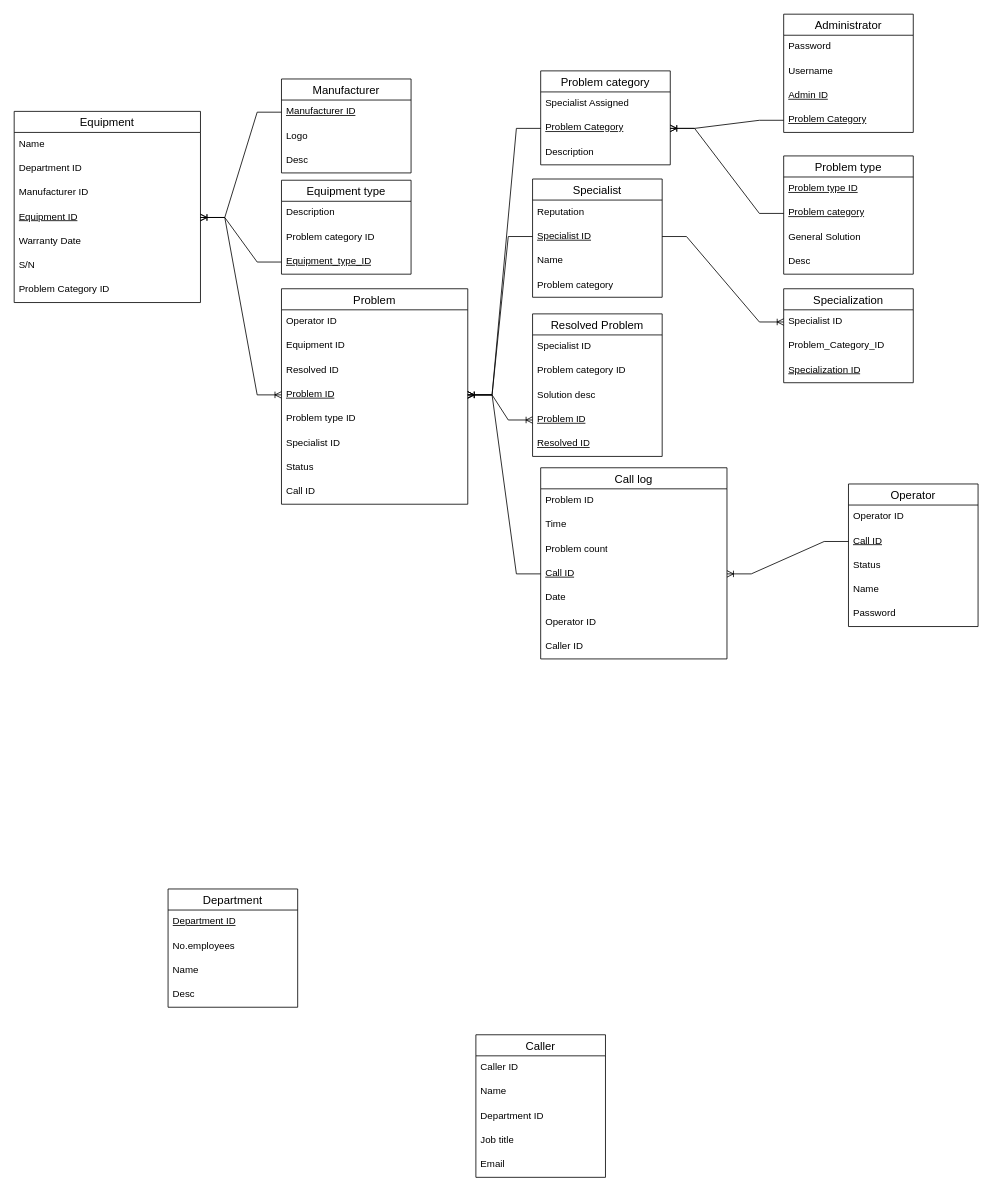
Earlier version of the draw.io diagram Diagrama sem nome.drawio (VascoRuas/diagramas). Source tidied: cells renumbered, new cells numbered last; positions are measured from the earlier drawing's top-left corner, leaving out a move shared by most shapes. Both pictures are drawn from the tidied source at 81%, with x=0, y=0 at pixel (14, 14).
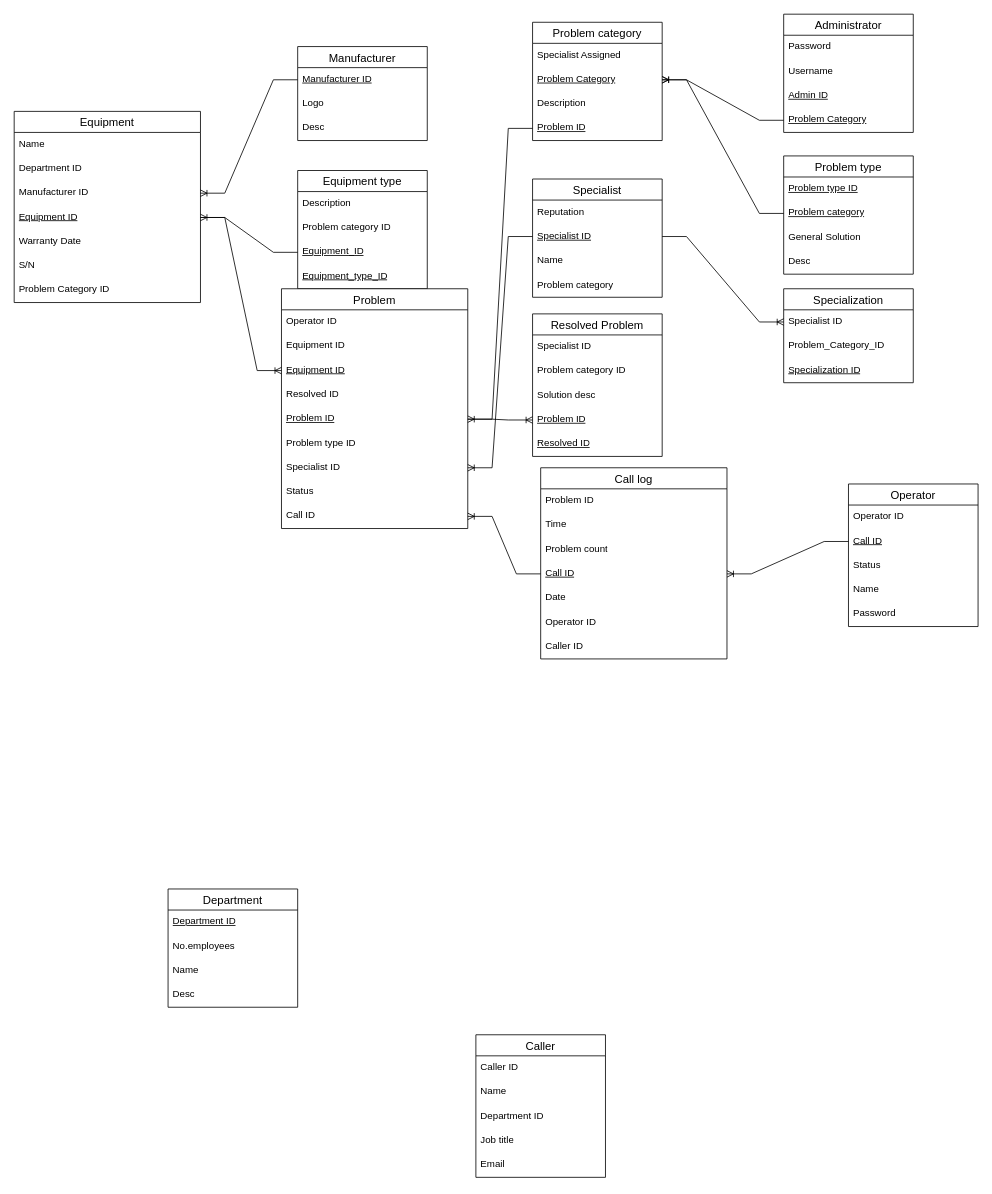
The same page after the edit.

The change refers to these unchanged cells:
```xml
<mxCell id="16" value="Manufacturer ID" style="text;strokeColor=none;fillColor=none;spacingLeft=4;spacingRight=4;overflow=hidden;points=[[0,0.5],[1,0.5]];portConstraint=eastwest;fontSize=12;whiteSpace=wrap;html=1;" parent="13" vertex="1">
  <mxGeometry y="86" width="230" height="30" as="geometry" />
</mxCell>
<mxCell id="17" value="Equipment ID" style="text;strokeColor=none;fillColor=none;spacingLeft=4;spacingRight=4;overflow=hidden;points=[[0,0.5],[1,0.5]];portConstraint=eastwest;fontSize=12;whiteSpace=wrap;html=1;fontStyle=4;" parent="13" vertex="1">
  <mxGeometry y="116" width="230" height="30" as="geometry" />
</mxCell>
<mxCell id="26" value="Manufacturer ID" style="text;strokeColor=none;fillColor=none;spacingLeft=4;spacingRight=4;overflow=hidden;points=[[0,0.5],[1,0.5]];portConstraint=eastwest;fontSize=12;whiteSpace=wrap;html=1;fontStyle=4;" parent="25" vertex="1">
  <mxGeometry y="26" width="160" height="30" as="geometry" />
</mxCell>
<mxCell id="31" value="Problem Category" style="text;strokeColor=none;fillColor=none;spacingLeft=4;spacingRight=4;overflow=hidden;points=[[0,0.5],[1,0.5]];portConstraint=eastwest;fontSize=12;whiteSpace=wrap;html=1;fontStyle=4;" parent="29" vertex="1">
  <mxGeometry y="56" width="160" height="30" as="geometry" />
</mxCell>
<mxCell id="41" value="Call ID" style="text;strokeColor=none;fillColor=none;spacingLeft=4;spacingRight=4;overflow=hidden;points=[[0,0.5],[1,0.5]];portConstraint=eastwest;fontSize=12;whiteSpace=wrap;html=1;fontStyle=4;" parent="37" vertex="1">
  <mxGeometry y="116" width="230" height="30" as="geometry" />
</mxCell>
<mxCell id="73" value="Specialist ID" style="text;strokeColor=none;fillColor=none;spacingLeft=4;spacingRight=4;overflow=hidden;points=[[0,0.5],[1,0.5]];portConstraint=eastwest;fontSize=12;whiteSpace=wrap;html=1;fontStyle=4;" parent="71" vertex="1">
  <mxGeometry y="56" width="160" height="30" as="geometry" />
</mxCell>
```

The edit, as a diff of the source:
```diff
@@
     <mxCell id="21" value="Equipment type" style="swimlane;fontStyle=0;horizontal=1;startSize=26;align=center;fontSize=14;" parent="1" vertex="1">
-      <mxGeometry x="330" y="205" width="160" height="116" as="geometry" />
+      <mxGeometry x="350" y="193" width="160" height="146" as="geometry" />
     </mxCell>
@@
+    <mxCell id="92" value="Equipment&lt;span style=&quot;background-color: initial;&quot;&gt;_ID&lt;/span&gt;" style="text;strokeColor=none;fillColor=none;spacingLeft=4;spacingRight=4;overflow=hidden;points=[[0,0.5],[1,0.5]];portConstraint=eastwest;fontSize=12;whiteSpace=wrap;html=1;fontStyle=4;" parent="21" vertex="1">
+      <mxGeometry y="86" width="160" height="30" as="geometry" />
+    </mxCell>
     <mxCell id="24" value="Equipment_type_ID" style="text;strokeColor=none;fillColor=none;spacingLeft=4;spacingRight=4;overflow=hidden;points=[[0,0.5],[1,0.5]];portConstraint=eastwest;fontSize=12;whiteSpace=wrap;html=1;fontStyle=4;" parent="21" vertex="1">
-      <mxGeometry y="86" width="160" height="30" as="geometry" />
+      <mxGeometry y="116" width="160" height="30" as="geometry" />
     </mxCell>
     <mxCell id="25" value="Manufacturer" style="swimlane;fontStyle=0;horizontal=1;startSize=26;align=center;fontSize=14;" parent="1" vertex="1">
-      <mxGeometry x="330" y="80" width="160" height="116" as="geometry" />
+      <mxGeometry x="350" y="40" width="160" height="116" as="geometry" />
     </mxCell>
@@
     <mxCell id="29" value="Problem category" style="swimlane;fontStyle=0;horizontal=1;startSize=26;align=center;fontSize=14;" parent="1" vertex="1">
-      <mxGeometry x="650" y="70" width="160" height="116" as="geometry" />
+      <mxGeometry x="640" y="10" width="160" height="146" as="geometry" />
     </mxCell>
@@
+    <mxCell id="93" value="Description" style="text;strokeColor=none;fillColor=none;spacingLeft=4;spacingRight=4;overflow=hidden;fontSize=12;whiteSpace=wrap;html=1;" parent="29" vertex="1">
+      <mxGeometry y="86" width="160" height="30" as="geometry" />
+    </mxCell>
-    <mxCell id="32" value="Description" style="text;strokeColor=none;fillColor=none;spacingLeft=4;spacingRight=4;overflow=hidden;points=[[0,0.5],[1,0.5]];portConstraint=eastwest;fontSize=12;whiteSpace=wrap;html=1;" parent="29" vertex="1">
-      <mxGeometry y="86" width="160" height="30" as="geometry" />
+    <mxCell id="32" value="Problem ID" style="text;strokeColor=none;fillColor=none;spacingLeft=4;spacingRight=4;overflow=hidden;points=[[0,0.5],[1,0.5]];portConstraint=eastwest;fontSize=12;whiteSpace=wrap;html=1;fontStyle=4;" parent="29" vertex="1">
+      <mxGeometry y="116" width="160" height="30" as="geometry" />
     </mxCell>
@@
     <mxCell id="62" value="Problem" style="swimlane;fontStyle=0;horizontal=1;startSize=26;align=center;fontSize=14;" parent="1" vertex="1">
-      <mxGeometry x="330" y="339" width="230" height="266" as="geometry" />
+      <mxGeometry x="330" y="339" width="230" height="296" as="geometry" />
     </mxCell>
@@
+    <mxCell id="94" value="Equipment ID" style="text;strokeColor=none;fillColor=none;spacingLeft=4;spacingRight=4;overflow=hidden;points=[[0,0.5],[1,0.5]];portConstraint=eastwest;fontSize=12;whiteSpace=wrap;html=1;fontStyle=4;" parent="62" vertex="1">
+      <mxGeometry y="86" width="230" height="30" as="geometry" />
+    </mxCell>
     <mxCell id="65" value="Resolved ID" style="text;strokeColor=none;fillColor=none;spacingLeft=4;spacingRight=4;overflow=hidden;fontSize=12;whiteSpace=wrap;html=1;" parent="62" vertex="1">
-      <mxGeometry y="86" width="230" height="30" as="geometry" />
+      <mxGeometry y="116" width="230" height="30" as="geometry" />
     </mxCell>
     <mxCell id="66" value="Problem ID" style="text;strokeColor=none;fillColor=none;spacingLeft=4;spacingRight=4;overflow=hidden;points=[[0,0.5],[1,0.5]];portConstraint=eastwest;fontSize=12;whiteSpace=wrap;html=1;fontStyle=4;" parent="62" vertex="1">
-      <mxGeometry y="116" width="230" height="30" as="geometry" />
+      <mxGeometry y="146" width="230" height="30" as="geometry" />
     </mxCell>
     <mxCell id="67" value="Problem type ID" style="text;strokeColor=none;fillColor=none;spacingLeft=4;spacingRight=4;overflow=hidden;fontSize=12;whiteSpace=wrap;html=1;" parent="62" vertex="1">
-      <mxGeometry y="146" width="230" height="30" as="geometry" />
+      <mxGeometry y="176" width="230" height="30" as="geometry" />
     </mxCell>
     <mxCell id="68" value="Specialist ID" style="text;strokeColor=none;fillColor=none;spacingLeft=4;spacingRight=4;overflow=hidden;points=[[0,0.5],[1,0.5]];portConstraint=eastwest;fontSize=12;whiteSpace=wrap;html=1;" parent="62" vertex="1">
-      <mxGeometry y="176" width="230" height="30" as="geometry" />
+      <mxGeometry y="206" width="230" height="30" as="geometry" />
     </mxCell>
     <mxCell id="69" value="Status" style="text;strokeColor=none;fillColor=none;spacingLeft=4;spacingRight=4;overflow=hidden;fontSize=12;whiteSpace=wrap;html=1;" parent="62" vertex="1">
-      <mxGeometry y="206" width="230" height="30" as="geometry" />
+      <mxGeometry y="236" width="230" height="30" as="geometry" />
     </mxCell>
     <mxCell id="70" value="Call ID" style="text;strokeColor=none;fillColor=none;spacingLeft=4;spacingRight=4;overflow=hidden;points=[[0,0.5],[1,0.5]];portConstraint=eastwest;fontSize=12;whiteSpace=wrap;html=1;" parent="62" vertex="1">
-      <mxGeometry y="236" width="230" height="30" as="geometry" />
+      <mxGeometry y="266" width="230" height="30" as="geometry" />
     </mxCell>
@@
-    <mxCell id="81" style="edgeStyle=entityRelationEdgeStyle;fontSize=12;html=1;endArrow=ERoneToMany;rounded=0;entryX=0;entryY=0.5;entryDx=0;entryDy=0;exitX=1;exitY=0.5;exitDx=0;exitDy=0;" parent="1" edge="1" source="17" target="66">
+    <mxCell id="81" style="edgeStyle=entityRelationEdgeStyle;fontSize=12;html=1;endArrow=ERoneToMany;rounded=0;entryX=0;entryY=0.5;entryDx=0;entryDy=0;exitX=1;exitY=0.5;exitDx=0;exitDy=0;" parent="1" edge="1" source="17" target="94">
       <mxGeometry relative="1" as="geometry" />
     </mxCell>
-    <mxCell id="82" style="edgeStyle=entityRelationEdgeStyle;fontSize=12;html=1;endArrow=ERoneToMany;rounded=0;entryX=1;entryY=0.5;entryDx=0;entryDy=0;exitX=0;exitY=0.5;exitDx=0;exitDy=0;" parent="1" edge="1" source="24" target="17">
+    <mxCell id="82" style="edgeStyle=entityRelationEdgeStyle;fontSize=12;html=1;endArrow=ERoneToMany;rounded=0;entryX=1;entryY=0.5;entryDx=0;entryDy=0;exitX=0;exitY=0.5;exitDx=0;exitDy=0;" parent="1" edge="1" source="92" target="17">
       <mxGeometry relative="1" as="geometry" />
     </mxCell>
-    <mxCell id="83" style="edgeStyle=entityRelationEdgeStyle;fontSize=12;html=1;endArrow=ERoneToMany;rounded=0;exitX=0;exitY=0.5;exitDx=0;exitDy=0;entryX=1;entryY=0.5;entryDx=0;entryDy=0;" parent="1" edge="1" source="26" target="17">
+    <mxCell id="83" style="edgeStyle=entityRelationEdgeStyle;fontSize=12;html=1;endArrow=ERoneToMany;rounded=0;exitX=0;exitY=0.5;exitDx=0;exitDy=0;entryX=1;entryY=0.5;entryDx=0;entryDy=0;" parent="1" edge="1" source="26" target="16">
       <mxGeometry relative="1" as="geometry" />
     </mxCell>
@@
-    <mxCell id="85" style="edgeStyle=entityRelationEdgeStyle;fontSize=12;html=1;endArrow=ERoneToMany;rounded=0;exitX=0;exitY=0.5;exitDx=0;exitDy=0;entryX=1;entryY=0.5;entryDx=0;entryDy=0;" parent="1" edge="1" source="73" target="66">
+    <mxCell id="85" style="edgeStyle=entityRelationEdgeStyle;fontSize=12;html=1;endArrow=ERoneToMany;rounded=0;exitX=0;exitY=0.5;exitDx=0;exitDy=0;entryX=1;entryY=0.5;entryDx=0;entryDy=0;" parent="1" edge="1" source="73" target="68">
       <mxGeometry relative="1" as="geometry">
         <Array as="points">
           <mxPoint x="1140" y="340" />
         </Array>
       </mxGeometry>
     </mxCell>
@@
-    <mxCell id="87" style="edgeStyle=entityRelationEdgeStyle;fontSize=12;html=1;endArrow=ERoneToMany;rounded=0;exitX=0;exitY=0.5;exitDx=0;exitDy=0;entryX=1;entryY=0.5;entryDx=0;entryDy=0;" parent="1" edge="1" source="31" target="66">
+    <mxCell id="87" style="edgeStyle=entityRelationEdgeStyle;fontSize=12;html=1;endArrow=ERoneToMany;rounded=0;exitX=0;exitY=0.5;exitDx=0;exitDy=0;entryX=1;entryY=0.5;entryDx=0;entryDy=0;" parent="1" edge="1" source="32" target="66">
       <mxGeometry relative="1" as="geometry">
         <Array as="points">
           <mxPoint x="1140" y="340" />
         </Array>
       </mxGeometry>
     </mxCell>
@@
-    <mxCell id="90" style="edgeStyle=entityRelationEdgeStyle;fontSize=12;html=1;endArrow=ERoneToMany;rounded=0;exitX=0;exitY=0.5;exitDx=0;exitDy=0;entryX=1;entryY=0.5;entryDx=0;entryDy=0;" parent="1" edge="1" source="41" target="66">
+    <mxCell id="90" style="edgeStyle=entityRelationEdgeStyle;fontSize=12;html=1;endArrow=ERoneToMany;rounded=0;exitX=0;exitY=0.5;exitDx=0;exitDy=0;entryX=1;entryY=0.5;entryDx=0;entryDy=0;" parent="1" edge="1" source="41" target="70">
       <mxGeometry relative="1" as="geometry">
         <Array as="points">
           <mxPoint x="1490" y="51.5" />
         </Array>
       </mxGeometry>
     </mxCell>
```
